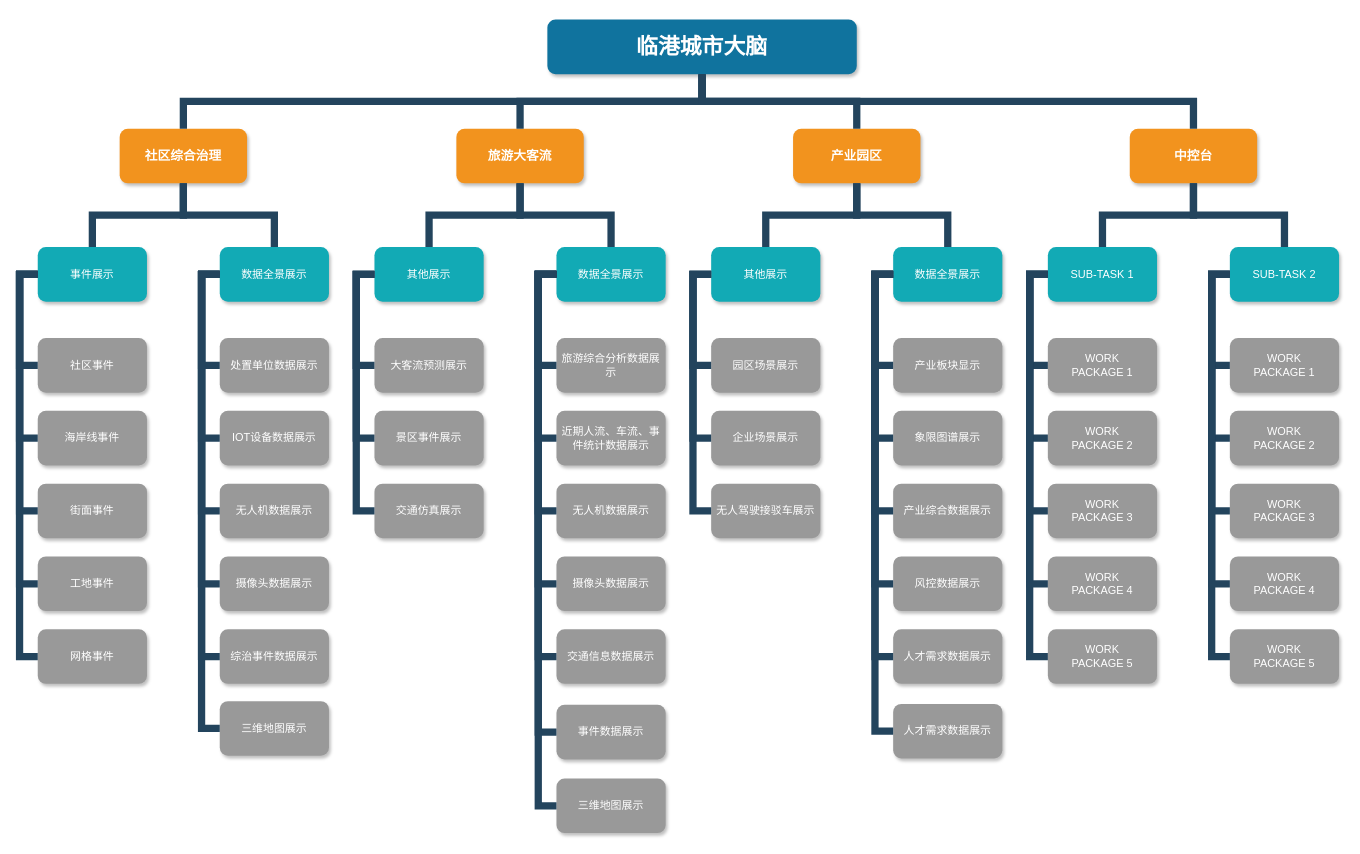
Earlier version of the draw.io diagram Lingang structure.drawio (DeanTuYu/DrawIo). Source tidied: cells renumbered, new cells numbered last; positions are measured from the earlier drawing's top-left corner, leaving out a move shared by most shapes. Both pictures are drawn from the tidied source at 91%, with x=0, y=0 at pixel (19, 19).
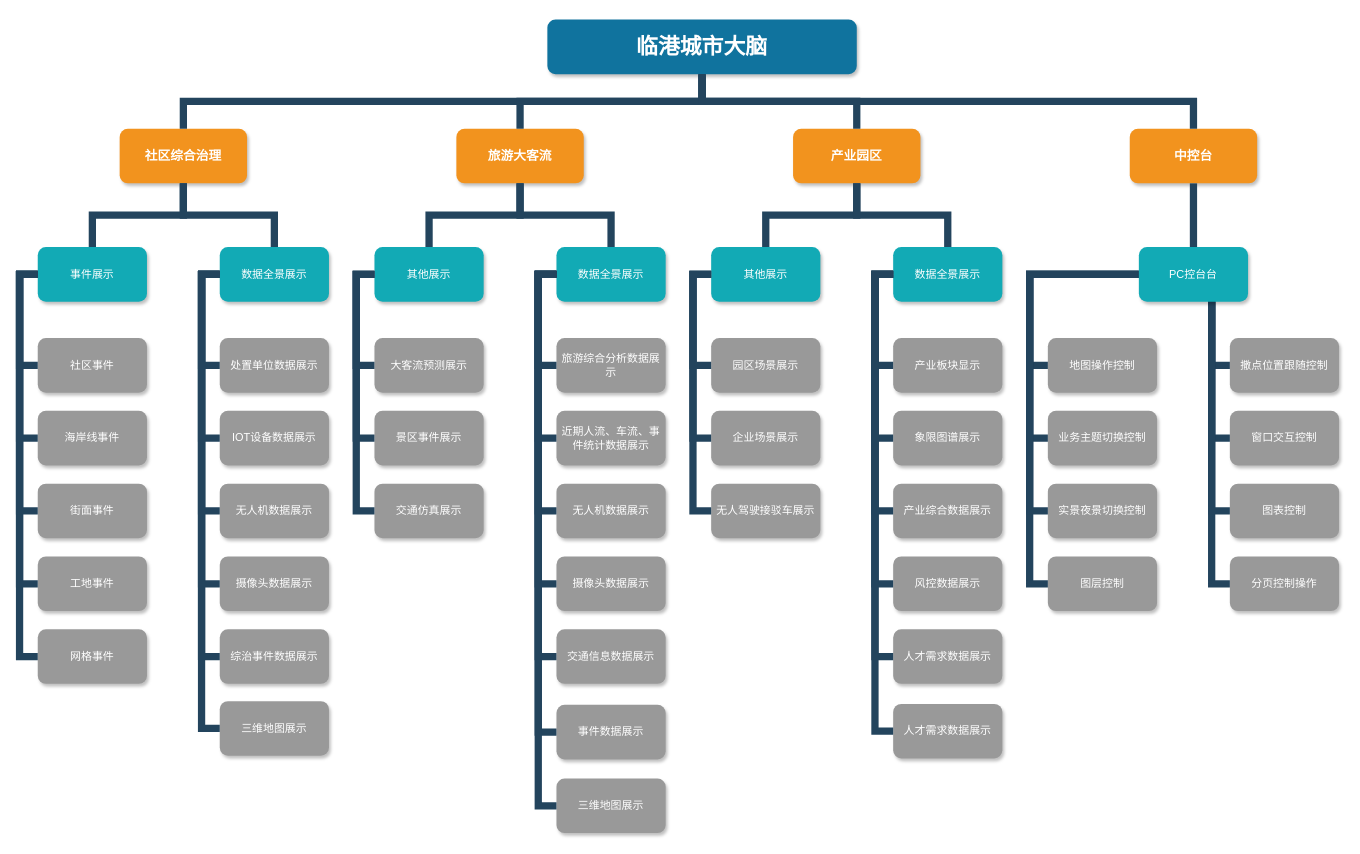
The same page after the edit.

The change refers to these unchanged cells:
```xml
<mxCell id="6" value="中控台" style="whiteSpace=wrap;rounded=1;fillColor=#F2931E;strokeColor=none;shadow=1;fontColor=#FFFFFF;fontStyle=1;fontSize=14;" parent="1" vertex="1">
  <mxGeometry x="1220" y="120" width="140" height="60" as="geometry" />
</mxCell>
```

Change to the diagram source:
```diff
@@
-    <mxCell id="71" value="SUB-TASK 1" style="whiteSpace=wrap;rounded=1;fillColor=#12AAB5;strokeColor=none;shadow=1;fontColor=#FFFFFF;" parent="1" vertex="1">
-      <mxGeometry x="1130" y="250" width="120" height="60" as="geometry" />
-    </mxCell>
-    <mxCell id="72" value="SUB-TASK 2" style="whiteSpace=wrap;rounded=1;fillColor=#12AAB5;strokeColor=none;shadow=1;fontColor=#FFFFFF;" parent="1" vertex="1">
-      <mxGeometry x="1330" y="250" width="120" height="60" as="geometry" />
-    </mxCell>
-    <mxCell id="73" value="WORK&#10;PACKAGE 1" style="whiteSpace=wrap;rounded=1;fillColor=#999999;strokeColor=none;shadow=1;fontColor=#FFFFFF;fontStyle=0;" parent="1" vertex="1">
+    <mxCell id="73" value="地图操作控制" style="whiteSpace=wrap;rounded=1;fillColor=#999999;strokeColor=none;shadow=1;fontColor=#FFFFFF;fontStyle=0;" parent="1" vertex="1">
       <mxGeometry x="1130" y="350" width="120" height="60" as="geometry" />
     </mxCell>
-    <mxCell id="74" value="WORK&#10;PACKAGE 2" style="whiteSpace=wrap;rounded=1;fillColor=#999999;strokeColor=none;shadow=1;fontColor=#FFFFFF;fontStyle=0;" parent="1" vertex="1">
+    <mxCell id="74" value="业务主题切换控制" style="whiteSpace=wrap;rounded=1;fillColor=#999999;strokeColor=none;shadow=1;fontColor=#FFFFFF;fontStyle=0;" parent="1" vertex="1">
       <mxGeometry x="1130" y="430" width="120" height="60" as="geometry" />
     </mxCell>
-    <mxCell id="75" value="WORK&#10;PACKAGE 3" style="whiteSpace=wrap;rounded=1;fillColor=#999999;strokeColor=none;shadow=1;fontColor=#FFFFFF;fontStyle=0;" parent="1" vertex="1">
+    <mxCell id="75" value="实景夜景切换控制" style="whiteSpace=wrap;rounded=1;fillColor=#999999;strokeColor=none;shadow=1;fontColor=#FFFFFF;fontStyle=0;" parent="1" vertex="1">
       <mxGeometry x="1130" y="510" width="120" height="60" as="geometry" />
     </mxCell>
-    <mxCell id="76" value="WORK&#10;PACKAGE 4" style="whiteSpace=wrap;rounded=1;fillColor=#999999;strokeColor=none;shadow=1;fontColor=#FFFFFF;fontStyle=0;" parent="1" vertex="1">
+    <mxCell id="76" value="图层控制" style="whiteSpace=wrap;rounded=1;fillColor=#999999;strokeColor=none;shadow=1;fontColor=#FFFFFF;fontStyle=0;" parent="1" vertex="1">
       <mxGeometry x="1130" y="590" width="120" height="60" as="geometry" />
     </mxCell>
-    <mxCell id="77" value="WORK&#10;PACKAGE 5" style="whiteSpace=wrap;rounded=1;fillColor=#999999;strokeColor=none;shadow=1;fontColor=#FFFFFF;fontStyle=0;" parent="1" vertex="1">
-      <mxGeometry x="1130" y="670" width="120" height="60" as="geometry" />
-    </mxCell>
-    <mxCell id="78" value="WORK&#10;PACKAGE 1" style="whiteSpace=wrap;rounded=1;fillColor=#999999;strokeColor=none;shadow=1;fontColor=#FFFFFF;fontStyle=0;" parent="1" vertex="1">
+    <mxCell id="78" value="撒点位置跟随控制" style="whiteSpace=wrap;rounded=1;fillColor=#999999;strokeColor=none;shadow=1;fontColor=#FFFFFF;fontStyle=0;" parent="1" vertex="1">
       <mxGeometry x="1330" y="350" width="120" height="60" as="geometry" />
     </mxCell>
-    <mxCell id="79" value="WORK&#10;PACKAGE 2" style="whiteSpace=wrap;rounded=1;fillColor=#999999;strokeColor=none;shadow=1;fontColor=#FFFFFF;fontStyle=0;" parent="1" vertex="1">
+    <mxCell id="79" value="窗口交互控制" style="whiteSpace=wrap;rounded=1;fillColor=#999999;strokeColor=none;shadow=1;fontColor=#FFFFFF;fontStyle=0;" parent="1" vertex="1">
       <mxGeometry x="1330" y="430" width="120" height="60" as="geometry" />
     </mxCell>
-    <mxCell id="80" value="WORK&#10;PACKAGE 3" style="whiteSpace=wrap;rounded=1;fillColor=#999999;strokeColor=none;shadow=1;fontColor=#FFFFFF;fontStyle=0;" parent="1" vertex="1">
+    <mxCell id="80" value="图表控制" style="whiteSpace=wrap;rounded=1;fillColor=#999999;strokeColor=none;shadow=1;fontColor=#FFFFFF;fontStyle=0;" parent="1" vertex="1">
       <mxGeometry x="1330" y="510" width="120" height="60" as="geometry" />
     </mxCell>
-    <mxCell id="81" value="WORK&#10;PACKAGE 4" style="whiteSpace=wrap;rounded=1;fillColor=#999999;strokeColor=none;shadow=1;fontColor=#FFFFFF;fontStyle=0;" parent="1" vertex="1">
+    <mxCell id="81" value="分页控制操作" style="whiteSpace=wrap;rounded=1;fillColor=#999999;strokeColor=none;shadow=1;fontColor=#FFFFFF;fontStyle=0;" parent="1" vertex="1">
       <mxGeometry x="1330" y="590" width="120" height="60" as="geometry" />
     </mxCell>
-    <mxCell id="82" value="WORK&#10;PACKAGE 5" style="whiteSpace=wrap;rounded=1;fillColor=#999999;strokeColor=none;shadow=1;fontColor=#FFFFFF;fontStyle=0;" parent="1" vertex="1">
-      <mxGeometry x="1330" y="670" width="120" height="60" as="geometry" />
-    </mxCell>
@@
-    <mxCell id="85" style="edgeStyle=elbowEdgeStyle;elbow=horizontal;rounded=0;fontColor=#000000;endArrow=none;endFill=0;strokeWidth=8;strokeColor=#23445D;" parent="1" edge="1" source="71" target="77">
-      <mxGeometry relative="1" as="geometry">
-        <Array as="points">
-          <mxPoint x="1110" y="500" />
-        </Array>
-      </mxGeometry>
-    </mxCell>
@@
-    <mxCell id="88" style="edgeStyle=elbowEdgeStyle;elbow=horizontal;rounded=0;fontColor=#000000;endArrow=none;endFill=0;strokeWidth=8;strokeColor=#23445D;" parent="1" edge="1" source="72" target="78">
+    <mxCell id="88" style="edgeStyle=elbowEdgeStyle;elbow=horizontal;rounded=0;fontColor=#000000;endArrow=none;endFill=0;strokeWidth=8;strokeColor=#23445D;" parent="1" edge="1" target="78">
       <mxGeometry relative="1" as="geometry">
+        <mxPoint x="1330" y="280" as="sourcePoint" />
         <Array as="points">
           <mxPoint x="1310" y="330" />
         </Array>
       </mxGeometry>
     </mxCell>
-    <mxCell id="89" style="edgeStyle=elbowEdgeStyle;elbow=horizontal;rounded=0;fontColor=#000000;endArrow=none;endFill=0;strokeWidth=8;strokeColor=#23445D;" parent="1" edge="1" source="72" target="79">
+    <mxCell id="89" style="edgeStyle=elbowEdgeStyle;elbow=horizontal;rounded=0;fontColor=#000000;endArrow=none;endFill=0;strokeWidth=8;strokeColor=#23445D;" parent="1" edge="1" target="79">
       <mxGeometry relative="1" as="geometry">
+        <mxPoint x="1330" y="280" as="sourcePoint" />
         <Array as="points">
           <mxPoint x="1310" y="370" />
         </Array>
       </mxGeometry>
     </mxCell>
-    <mxCell id="90" style="edgeStyle=elbowEdgeStyle;elbow=horizontal;rounded=0;fontColor=#000000;endArrow=none;endFill=0;strokeWidth=8;strokeColor=#23445D;" parent="1" edge="1" source="72" target="82">
-      <mxGeometry relative="1" as="geometry">
-        <Array as="points">
-          <mxPoint x="1310" y="490" />
-        </Array>
-      </mxGeometry>
-    </mxCell>
-    <mxCell id="91" style="edgeStyle=elbowEdgeStyle;elbow=horizontal;rounded=0;fontColor=#000000;endArrow=none;endFill=0;strokeWidth=8;strokeColor=#23445D;" parent="1" edge="1" source="72" target="81">
+    <mxCell id="91" style="edgeStyle=elbowEdgeStyle;elbow=horizontal;rounded=0;fontColor=#000000;endArrow=none;endFill=0;strokeWidth=8;strokeColor=#23445D;" parent="1" edge="1" target="81">
       <mxGeometry relative="1" as="geometry">
+        <mxPoint x="1330" y="280" as="sourcePoint" />
         <Array as="points">
           <mxPoint x="1310" y="450" />
         </Array>
       </mxGeometry>
     </mxCell>
-    <mxCell id="92" style="edgeStyle=elbowEdgeStyle;elbow=horizontal;rounded=0;fontColor=#000000;endArrow=none;endFill=0;strokeWidth=8;strokeColor=#23445D;" parent="1" edge="1" source="72" target="80">
+    <mxCell id="92" style="edgeStyle=elbowEdgeStyle;elbow=horizontal;rounded=0;fontColor=#000000;endArrow=none;endFill=0;strokeWidth=8;strokeColor=#23445D;" parent="1" edge="1" source="71" target="80">
       <mxGeometry relative="1" as="geometry">
         <Array as="points">
           <mxPoint x="1310" y="420" />
         </Array>
       </mxGeometry>
     </mxCell>
@@
-    <mxCell id="98" style="edgeStyle=elbowEdgeStyle;elbow=vertical;rounded=0;fontColor=#000000;endArrow=none;endFill=0;strokeWidth=8;strokeColor=#23445D;" parent="1" edge="1" source="6" target="72">
-      <mxGeometry relative="1" as="geometry" />
-    </mxCell>
@@
+    <mxCell id="71" value="PC控台台" style="whiteSpace=wrap;rounded=1;fillColor=#12AAB5;strokeColor=none;shadow=1;fontColor=#FFFFFF;" parent="1" vertex="1">
+      <mxGeometry x="1230" y="250" width="120" height="60" as="geometry" />
+    </mxCell>
+    <mxCell id="107" style="edgeStyle=elbowEdgeStyle;elbow=horizontal;rounded=0;fontColor=#000000;endArrow=none;endFill=0;strokeWidth=8;strokeColor=#23445D;" parent="1" edge="1" target="71">
+      <mxGeometry relative="1" as="geometry">
+        <mxPoint x="1330" y="280" as="sourcePoint" />
+      </mxGeometry>
+    </mxCell>
```
